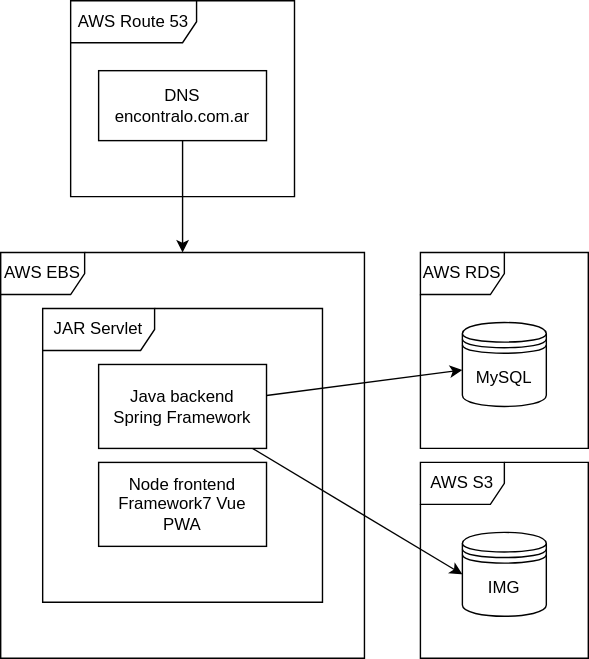
Before: documentacion/diagrama-despliegue.svg, a diagram exported from draw.io (jonybuzz/encontralo). Source tidied: cells renumbered, new cells last; positions are measured from the earlier drawing's top-left corner, leaving out a move shared by most shapes.
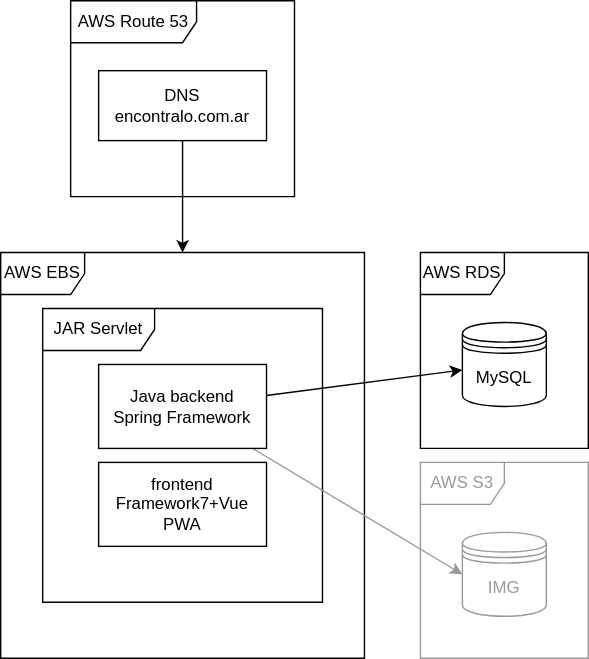
After the change.

Diff of the diagram source:
```diff
@@ -11,13 +11,13 @@
     <mxCell id="4" style="rounded=0;jettySize=auto;html=1;" parent="1" edge="1" source="6" target="9">
       <mxGeometry relative="1" as="geometry" />
     </mxCell>
-    <mxCell id="5" style="rounded=0;jettySize=auto;html=1;entryX=0;entryY=0.5;entryDx=0;entryDy=0;" parent="1" edge="1" source="6" target="11">
+    <mxCell id="5" style="rounded=0;jettySize=auto;html=1;entryX=0;entryY=0.5;entryDx=0;entryDy=0;strokeColor=#999999;" parent="1" edge="1" source="6" target="11">
       <mxGeometry relative="1" as="geometry" />
     </mxCell>
     <mxCell id="6" value="Java backend&lt;br&gt;Spring Framework" style="whiteSpace=wrap;html=1;" parent="1" vertex="1">
       <mxGeometry x="70" y="260" width="120" height="60" as="geometry" />
     </mxCell>
-    <mxCell id="7" value="Node frontend&lt;br&gt;Framework7 Vue&lt;br&gt;PWA" style="whiteSpace=wrap;html=1;" parent="1" vertex="1">
+    <mxCell id="7" value="frontend&lt;br&gt;Framework7+Vue&lt;br&gt;PWA" style="whiteSpace=wrap;html=1;" parent="1" vertex="1">
       <mxGeometry x="70" y="330" width="120" height="60" as="geometry" />
     </mxCell>
     <mxCell id="8" value="AWS RDS" style="shape=umlFrame;whiteSpace=wrap;html=1;" parent="1" vertex="1">
@@ -26,10 +26,10 @@
     <mxCell id="9" value="MySQL" style="shape=datastore;whiteSpace=wrap;html=1;" parent="1" vertex="1">
       <mxGeometry x="330" y="230" width="60" height="60" as="geometry" />
     </mxCell>
-    <mxCell id="10" value="AWS S3" style="shape=umlFrame;whiteSpace=wrap;html=1;" parent="1" vertex="1">
+    <mxCell id="10" value="&lt;font color=&quot;#999999&quot;&gt;AWS S3&lt;/font&gt;" style="shape=umlFrame;whiteSpace=wrap;html=1;shadow=0;strokeColor=#999999;" parent="1" vertex="1">
       <mxGeometry x="300" y="330" width="120" height="140" as="geometry" />
     </mxCell>
-    <mxCell id="11" value="IMG" style="shape=datastore;whiteSpace=wrap;html=1;" parent="1" vertex="1">
+    <mxCell id="11" value="&lt;font color=&quot;#999999&quot;&gt;IMG&lt;/font&gt;" style="shape=datastore;whiteSpace=wrap;html=1;strokeColor=#999999;" parent="1" vertex="1">
       <mxGeometry x="330" y="380" width="60" height="60" as="geometry" />
     </mxCell>
     <mxCell id="12" value="AWS Route 53" style="shape=umlFrame;whiteSpace=wrap;html=1;width=90;height=30;" parent="1" vertex="1">
```
